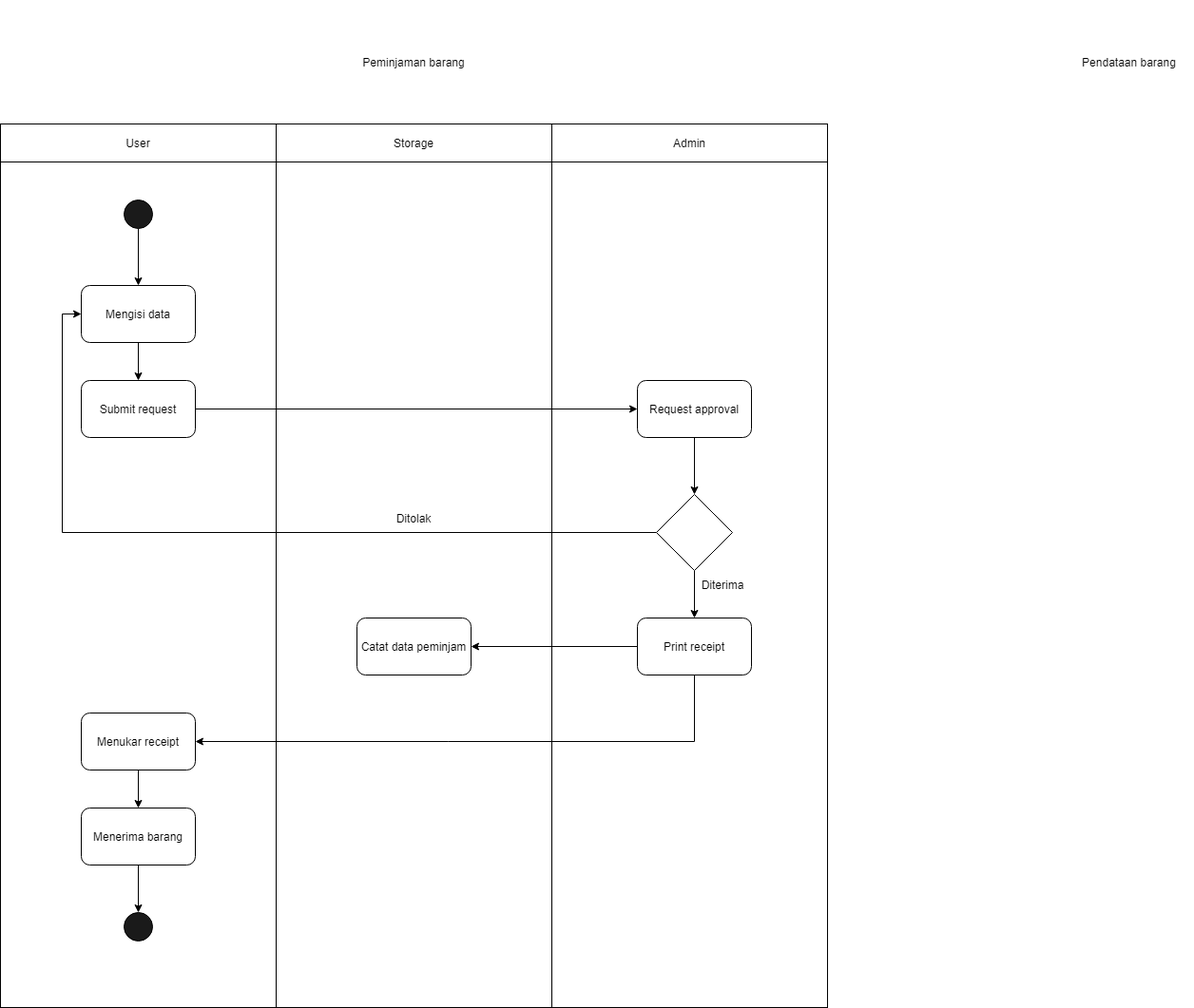
The draw.io diagram diagrams/Activity Diagram.drawio.png in johannfac/aplikasipeminjamanaset, before a commit. Source tidied: cells renumbered, new cells last; positions are measured from the earlier drawing's top-left corner, leaving out a move shared by most shapes.
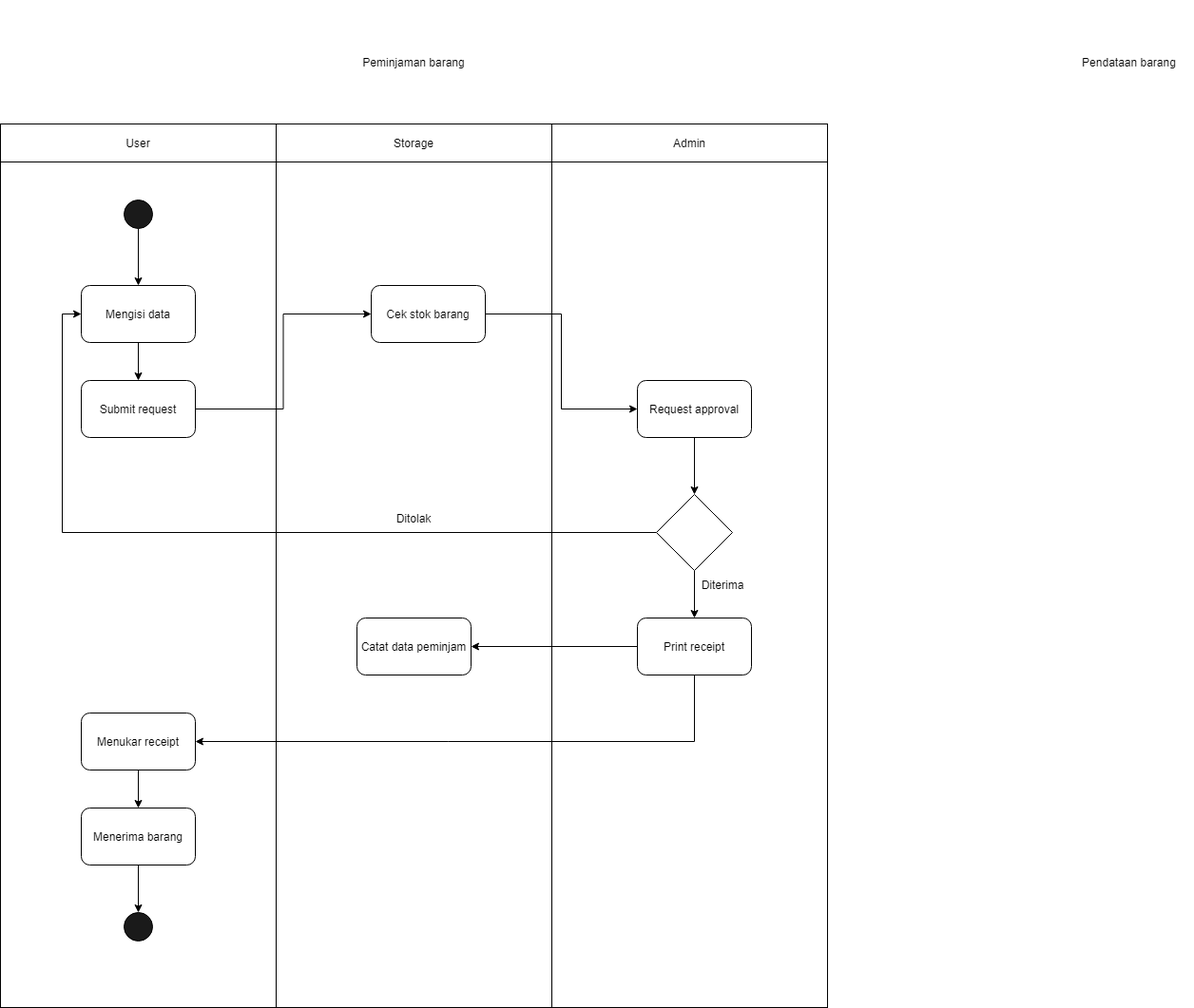
Later version of the same file.

The edit, as a diff of the source:
```diff
@@ -38,9 +38,9 @@
     <mxCell id="13" value="Peminjaman barang" style="text;html=1;strokeColor=none;fillColor=none;align=center;verticalAlign=middle;whiteSpace=wrap;rounded=0;" parent="1" vertex="1">
       <mxGeometry x="315" width="240" height="130" as="geometry" />
     </mxCell>
-    <mxCell id="14" style="edgeStyle=orthogonalEdgeStyle;rounded=0;jettySize=auto;html=1;exitX=1;exitY=0.5;exitDx=0;exitDy=0;entryX=0;entryY=0.5;entryDx=0;entryDy=0;" parent="1" edge="1" source="15" target="17">
-      <mxGeometry relative="1" as="geometry" />
-    </mxCell>
+    <mxCell id="32" style="edgeStyle=orthogonalEdgeStyle;rounded=0;jettySize=auto;html=1;exitX=1;exitY=0.5;exitDx=0;exitDy=0;entryX=0;entryY=0.5;entryDx=0;entryDy=0;" parent="1" edge="1" source="15" target="34">
+      <mxGeometry relative="1" as="geometry" />
+    </mxCell>
     <mxCell id="15" value="Submit request" style="rounded=1;whiteSpace=wrap;html=1;fillColor=#FFFFFF;" parent="1" vertex="1">
       <mxGeometry x="85" y="400" width="120" height="60" as="geometry" />
     </mxCell>
@@ -92,5 +92,11 @@
     <mxCell id="31" style="ellipse;whiteSpace=wrap;html=1;fillColor=#1A1A1A;" parent="1" vertex="1">
       <mxGeometry x="130" y="960" width="30" height="30" as="geometry" />
     </mxCell>
+    <mxCell id="33" style="edgeStyle=orthogonalEdgeStyle;rounded=0;jettySize=auto;html=1;exitX=1;exitY=0.5;exitDx=0;exitDy=0;entryX=0;entryY=0.5;entryDx=0;entryDy=0;" parent="1" edge="1" source="34" target="17">
+      <mxGeometry relative="1" as="geometry" />
+    </mxCell>
+    <mxCell id="34" value="Cek stok barang" style="rounded=1;whiteSpace=wrap;html=1;fillColor=#FFFFFF;" parent="1" vertex="1">
+      <mxGeometry x="390" y="300" width="120" height="60" as="geometry" />
+    </mxCell>
   </root>
 </mxGraphModel>
```
